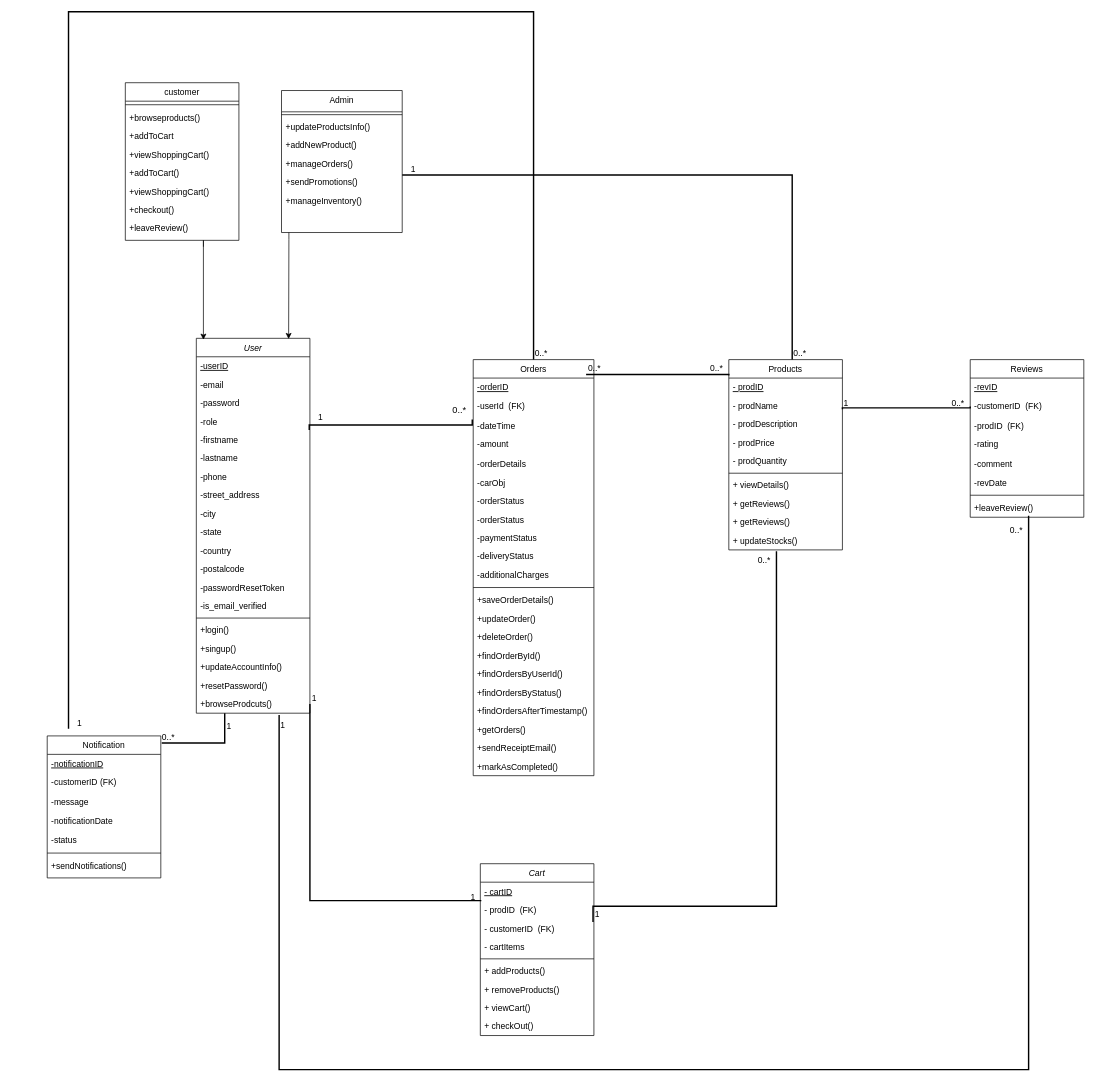
Before: assets/diagrams/Class Diagram.drawio in isira-adithya/PUSL2024, a draw.io diagram. Source tidied: cells renumbered, new cells numbered last; positions are measured from the earlier drawing's top-left corner, leaving out a move shared by most shapes. Both pictures are drawn from the tidied source at 71%, with x=0, y=0 at pixel (47, 11).
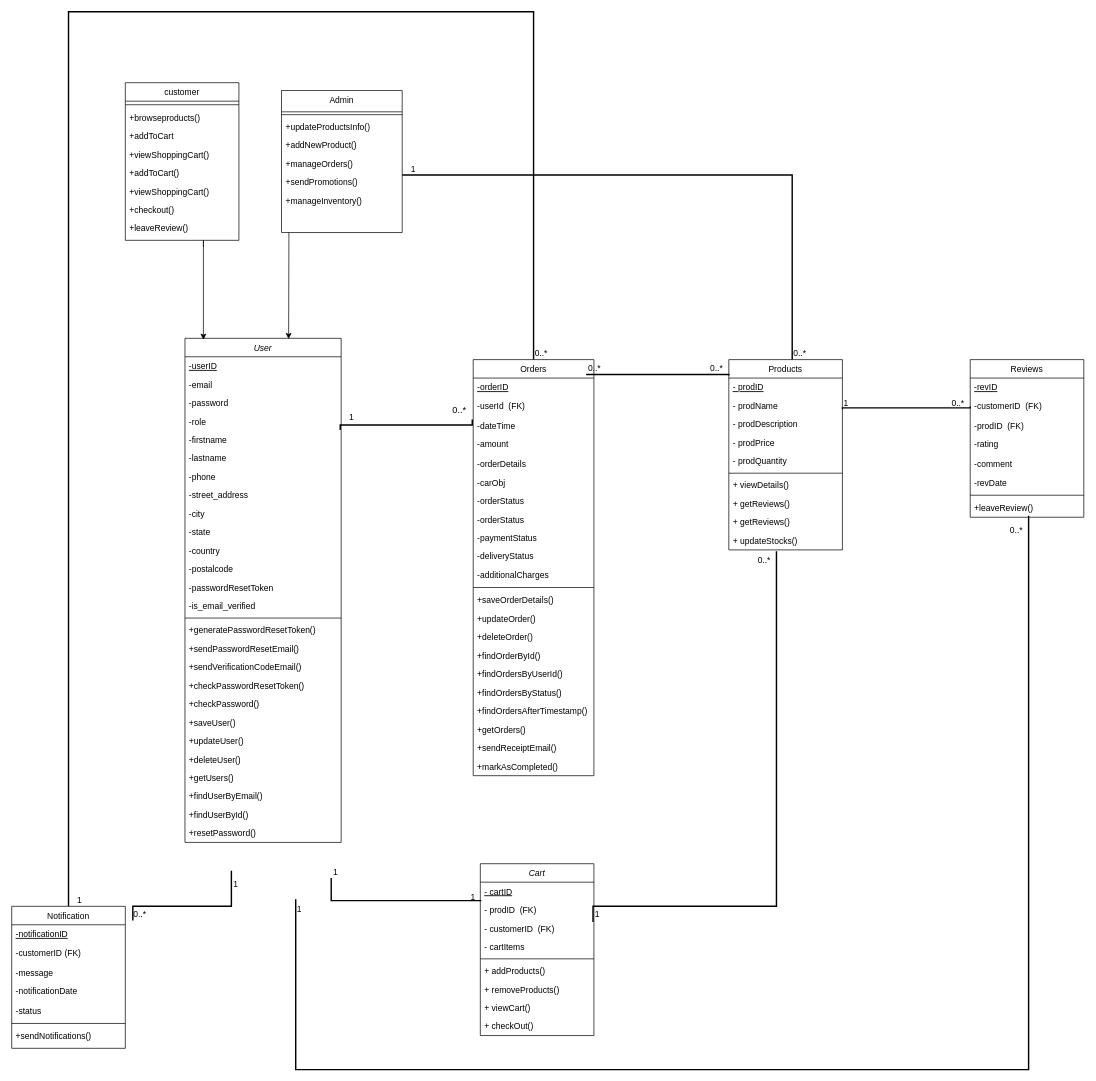
After the change.

Commit message:
updated the User table in the calss diagram

Unchanged cells that the change refers to:
```xml
<mxCell id="20" value="Orders" style="swimlane;fontStyle=0;align=center;verticalAlign=top;horizontal=1;startSize=26;rounded=0;shadow=0;strokeWidth=1;" parent="1" vertex="1">
  <mxGeometry x="600" y="490" width="170" height="586" as="geometry" />
</mxCell>
<mxCell id="66" value="- prodID  (FK)" style="text;align=left;verticalAlign=top;spacingLeft=4;spacingRight=4;overflow=hidden;points=[[0,0.5],[1,0.5]];portConstraint=eastwest;rounded=0;shadow=0;html=0;" parent="64" vertex="1">
  <mxGeometry y="52" width="160" height="26" as="geometry" />
</mxCell>
<mxCell id="82" value="+leaveReview()" style="text;align=left;verticalAlign=top;spacingLeft=4;spacingRight=4;overflow=hidden;points=[[0,0.5],[1,0.5]];portConstraint=eastwest;" parent="74" vertex="1">
  <mxGeometry y="196" width="160" height="26" as="geometry" />
</mxCell>
```

Diff of the diagram source:
```diff
@@
     <mxCell id="43" value="User" style="swimlane;fontStyle=2;align=center;verticalAlign=top;horizontal=1;startSize=26;rounded=0;shadow=0;strokeWidth=1;" parent="1" vertex="1">
-      <mxGeometry x="210" y="460" width="160" height="528" as="geometry" />
+      <mxGeometry x="194" y="460" width="220" height="710" as="geometry" />
     </mxCell>
     <mxCell id="44" value="-userID" style="text;align=left;verticalAlign=top;spacingLeft=4;spacingRight=4;overflow=hidden;rounded=0;shadow=0;html=0;fontStyle=4;" parent="43" vertex="1">
-      <mxGeometry y="26" width="160" height="26" as="geometry" />
+      <mxGeometry y="26" width="220" height="26" as="geometry" />
     </mxCell>
     <mxCell id="45" value="-email" style="text;align=left;verticalAlign=top;spacingLeft=4;spacingRight=4;overflow=hidden;" parent="43" vertex="1">
-      <mxGeometry y="52" width="160" height="26" as="geometry" />
+      <mxGeometry y="52" width="220" height="26" as="geometry" />
     </mxCell>
     <mxCell id="46" value="-password" style="text;align=left;verticalAlign=top;spacingLeft=4;spacingRight=4;overflow=hidden;rounded=0;shadow=0;html=0;" parent="43" vertex="1">
-      <mxGeometry y="78" width="160" height="26" as="geometry" />
+      <mxGeometry y="78" width="220" height="26" as="geometry" />
     </mxCell>
     <mxCell id="47" value="-role" style="text;align=left;verticalAlign=top;spacingLeft=4;spacingRight=4;overflow=hidden;rounded=0;shadow=0;html=0;" parent="43" vertex="1">
-      <mxGeometry y="104" width="160" height="26" as="geometry" />
+      <mxGeometry y="104" width="220" height="26" as="geometry" />
     </mxCell>
     <mxCell id="48" value="-firstname" style="text;align=left;verticalAlign=top;spacingLeft=4;spacingRight=4;overflow=hidden;points=[[0,0.5],[1,0.5]];portConstraint=eastwest;rounded=0;shadow=0;html=0;" parent="43" vertex="1">
-      <mxGeometry y="130" width="160" height="26" as="geometry" />
+      <mxGeometry y="130" width="220" height="26" as="geometry" />
     </mxCell>
     <mxCell id="49" value="-lastname" style="text;align=left;verticalAlign=top;spacingLeft=4;spacingRight=4;overflow=hidden;rounded=0;shadow=0;html=0;" parent="43" vertex="1">
-      <mxGeometry y="156" width="160" height="26" as="geometry" />
+      <mxGeometry y="156" width="220" height="26" as="geometry" />
     </mxCell>
     <mxCell id="50" value="-phone" style="text;align=left;verticalAlign=top;spacingLeft=4;spacingRight=4;overflow=hidden;rounded=0;shadow=0;html=0;" parent="43" vertex="1">
-      <mxGeometry y="182" width="160" height="26" as="geometry" />
+      <mxGeometry y="182" width="220" height="26" as="geometry" />
     </mxCell>
     <mxCell id="51" value="-street_address" style="text;align=left;verticalAlign=top;spacingLeft=4;spacingRight=4;overflow=hidden;rounded=0;shadow=0;html=0;" parent="43" vertex="1">
-      <mxGeometry y="208" width="160" height="26" as="geometry" />
+      <mxGeometry y="208" width="220" height="26" as="geometry" />
     </mxCell>
     <mxCell id="52" value="-city" style="text;align=left;verticalAlign=top;spacingLeft=4;spacingRight=4;overflow=hidden;rounded=0;shadow=0;html=0;" parent="43" vertex="1">
-      <mxGeometry y="234" width="160" height="26" as="geometry" />
+      <mxGeometry y="234" width="220" height="26" as="geometry" />
     </mxCell>
     <mxCell id="53" value="-state" style="text;align=left;verticalAlign=top;spacingLeft=4;spacingRight=4;overflow=hidden;rounded=0;shadow=0;html=0;" parent="43" vertex="1">
-      <mxGeometry y="260" width="160" height="26" as="geometry" />
+      <mxGeometry y="260" width="220" height="26" as="geometry" />
     </mxCell>
     <mxCell id="54" value="-country" style="text;align=left;verticalAlign=top;spacingLeft=4;spacingRight=4;overflow=hidden;rounded=0;shadow=0;html=0;" parent="43" vertex="1">
-      <mxGeometry y="286" width="160" height="26" as="geometry" />
+      <mxGeometry y="286" width="220" height="26" as="geometry" />
     </mxCell>
     <mxCell id="55" value="-postalcode" style="text;align=left;verticalAlign=top;spacingLeft=4;spacingRight=4;overflow=hidden;rounded=0;shadow=0;html=0;" parent="43" vertex="1">
-      <mxGeometry y="312" width="160" height="26" as="geometry" />
+      <mxGeometry y="312" width="220" height="26" as="geometry" />
     </mxCell>
     <mxCell id="56" value="-passwordResetToken" style="text;align=left;verticalAlign=top;spacingLeft=4;spacingRight=4;overflow=hidden;rounded=0;shadow=0;html=0;" parent="43" vertex="1">
-      <mxGeometry y="338" width="160" height="26" as="geometry" />
+      <mxGeometry y="338" width="220" height="26" as="geometry" />
     </mxCell>
     <mxCell id="57" value="-is_email_verified" style="text;align=left;verticalAlign=top;spacingLeft=4;spacingRight=4;overflow=hidden;rounded=0;shadow=0;html=0;" parent="43" vertex="1">
-      <mxGeometry y="364" width="160" height="26" as="geometry" />
+      <mxGeometry y="364" width="220" height="26" as="geometry" />
     </mxCell>
     <mxCell id="58" style="line;html=1;strokeWidth=1;align=left;verticalAlign=middle;spacingTop=-1;spacingLeft=3;spacingRight=3;labelPosition=right;" parent="43" vertex="1">
-      <mxGeometry y="390" width="160" height="8" as="geometry" />
+      <mxGeometry y="390" width="220" height="8" as="geometry" />
     </mxCell>
-    <mxCell id="59" value="+login()" style="text;align=left;verticalAlign=top;spacingLeft=4;spacingRight=4;overflow=hidden;rounded=0;shadow=0;html=0;" parent="43" vertex="1">
-      <mxGeometry y="398" width="160" height="26" as="geometry" />
+    <mxCell id="59" value="+generatePasswordResetToken()" style="text;align=left;verticalAlign=top;spacingLeft=4;spacingRight=4;overflow=hidden;rounded=0;shadow=0;html=0;" parent="43" vertex="1">
+      <mxGeometry y="398" width="220" height="26" as="geometry" />
     </mxCell>
-    <mxCell id="60" value="+singup()" style="text;align=left;verticalAlign=top;spacingLeft=4;spacingRight=4;overflow=hidden;rounded=0;shadow=0;html=0;" parent="43" vertex="1">
-      <mxGeometry y="424" width="160" height="26" as="geometry" />
+    <mxCell id="60" value="+sendPasswordResetEmail()" style="text;align=left;verticalAlign=top;spacingLeft=4;spacingRight=4;overflow=hidden;rounded=0;shadow=0;html=0;" parent="43" vertex="1">
+      <mxGeometry y="424" width="220" height="26" as="geometry" />
     </mxCell>
-    <mxCell id="61" value="+updateAccountInfo()" style="text;align=left;verticalAlign=top;spacingLeft=4;spacingRight=4;overflow=hidden;rounded=0;shadow=0;html=0;" parent="43" vertex="1">
-      <mxGeometry y="450" width="160" height="26" as="geometry" />
+    <mxCell id="61" value="+sendVerificationCodeEmail()" style="text;align=left;verticalAlign=top;spacingLeft=4;spacingRight=4;overflow=hidden;rounded=0;shadow=0;html=0;" parent="43" vertex="1">
+      <mxGeometry y="450" width="220" height="26" as="geometry" />
     </mxCell>
-    <mxCell id="62" value="+resetPassword()" style="text;align=left;verticalAlign=top;spacingLeft=4;spacingRight=4;overflow=hidden;rounded=0;shadow=0;html=0;" parent="43" vertex="1">
-      <mxGeometry y="476" width="160" height="26" as="geometry" />
+    <mxCell id="62" value="+checkPasswordResetToken()" style="text;align=left;verticalAlign=top;spacingLeft=4;spacingRight=4;overflow=hidden;rounded=0;shadow=0;html=0;" parent="43" vertex="1">
+      <mxGeometry y="476" width="220" height="26" as="geometry" />
     </mxCell>
-    <mxCell id="63" value="+browseProdcuts()" style="text;align=left;verticalAlign=top;spacingLeft=4;spacingRight=4;overflow=hidden;points=[[0,0.5],[1,0.5]];portConstraint=eastwest;rounded=0;shadow=0;html=0;" parent="43" vertex="1">
-      <mxGeometry y="502" width="160" height="26" as="geometry" />
+    <mxCell id="63" value="+checkPassword()" style="text;align=left;verticalAlign=top;spacingLeft=4;spacingRight=4;overflow=hidden;points=[[0,0.5],[1,0.5]];portConstraint=eastwest;rounded=0;shadow=0;html=0;" parent="43" vertex="1">
+      <mxGeometry y="502" width="220" height="26" as="geometry" />
     </mxCell>
+    <mxCell id="129" value="+saveUser()" style="text;align=left;verticalAlign=top;spacingLeft=4;spacingRight=4;overflow=hidden;rounded=0;shadow=0;html=0;" parent="43" vertex="1">
+      <mxGeometry y="528" width="220" height="26" as="geometry" />
+    </mxCell>
+    <mxCell id="130" value="+updateUser()" style="text;align=left;verticalAlign=top;spacingLeft=4;spacingRight=4;overflow=hidden;rounded=0;shadow=0;html=0;" parent="43" vertex="1">
+      <mxGeometry y="554" width="220" height="26" as="geometry" />
+    </mxCell>
+    <mxCell id="131" value="+deleteUser()" style="text;align=left;verticalAlign=top;spacingLeft=4;spacingRight=4;overflow=hidden;rounded=0;shadow=0;html=0;" parent="43" vertex="1">
+      <mxGeometry y="580" width="220" height="26" as="geometry" />
+    </mxCell>
+    <mxCell id="132" value="+getUsers()" style="text;align=left;verticalAlign=top;spacingLeft=4;spacingRight=4;overflow=hidden;rounded=0;shadow=0;html=0;" parent="43" vertex="1">
+      <mxGeometry y="606" width="220" height="26" as="geometry" />
+    </mxCell>
+    <mxCell id="133" value="+findUserByEmail()" style="text;align=left;verticalAlign=top;spacingLeft=4;spacingRight=4;overflow=hidden;rounded=0;shadow=0;html=0;" parent="43" vertex="1">
+      <mxGeometry y="632" width="220" height="26" as="geometry" />
+    </mxCell>
+    <mxCell id="134" value="+findUserById()" style="text;align=left;verticalAlign=top;spacingLeft=4;spacingRight=4;overflow=hidden;rounded=0;shadow=0;html=0;" parent="43" vertex="1">
+      <mxGeometry y="658" width="220" height="26" as="geometry" />
+    </mxCell>
+    <mxCell id="135" value="+resetPassword()" style="text;align=left;verticalAlign=top;spacingLeft=4;spacingRight=4;overflow=hidden;rounded=0;shadow=0;html=0;" parent="43" vertex="1">
+      <mxGeometry y="684" width="220" height="26" as="geometry" />
+    </mxCell>
@@
     <mxCell id="83" value="Notification" style="swimlane;fontStyle=0;align=center;verticalAlign=top;horizontal=1;startSize=26;rounded=0;shadow=0;strokeWidth=1;" parent="1" vertex="1">
-      <mxGeometry y="1020" width="160" height="200" as="geometry" />
+      <mxGeometry x="-50" y="1260" width="160" height="200" as="geometry" />
     </mxCell>
@@
-    <mxCell id="94" style="endArrow=none;shadow=0;strokeWidth=2;rounded=0;endFill=0;edgeStyle=elbowEdgeStyle;elbow=vertical;exitX=0.25;exitY=1;exitDx=0;exitDy=0;entryX=1.008;entryY=0.05;entryDx=0;entryDy=0;entryPerimeter=0;" parent="1" edge="1" source="43" target="83">
+    <mxCell id="94" style="endArrow=none;shadow=0;strokeWidth=2;rounded=0;endFill=0;edgeStyle=elbowEdgeStyle;elbow=vertical;entryX=1.008;entryY=0.05;entryDx=0;entryDy=0;entryPerimeter=0;" parent="1" edge="1">
       <mxGeometry x="0.5" y="41" relative="1" as="geometry">
+        <mxPoint x="259.4" y="1210" as="sourcePoint" />
+        <mxPoint x="120.6" y="1280" as="targetPoint" />
         <Array as="points">
-          <mxPoint x="260" y="1030" />
+          <mxPoint x="199.4" y="1260" />
         </Array>
         <mxPoint x="-40" y="32" as="offset" />
       </mxGeometry>
     </mxCell>
@@
-    <mxCell id="103" style="endArrow=none;shadow=0;strokeWidth=2;rounded=0;endFill=0;edgeStyle=elbowEdgeStyle;elbow=vertical;entryX=0.009;entryY=-0.012;entryDx=0;entryDy=0;entryPerimeter=0;exitX=1;exitY=0.5;exitDx=0;exitDy=0;" parent="1" edge="1" source="63" target="66">
+    <mxCell id="103" style="endArrow=none;shadow=0;strokeWidth=2;rounded=0;endFill=0;edgeStyle=elbowEdgeStyle;elbow=vertical;entryX=0.009;entryY=-0.012;entryDx=0;entryDy=0;entryPerimeter=0;" parent="1" edge="1" target="66">
       <mxGeometry x="0.5" y="41" relative="1" as="geometry">
+        <mxPoint x="400" y="1220" as="sourcePoint" />
         <Array as="points">
           <mxPoint x="490" y="1252" />
         </Array>
         <mxPoint x="-40" y="32" as="offset" />
       </mxGeometry>
     </mxCell>
@@
-    <mxCell id="112" style="endArrow=none;shadow=0;strokeWidth=2;rounded=0;endFill=0;edgeStyle=elbowEdgeStyle;elbow=vertical;entryX=0.514;entryY=0.915;entryDx=0;entryDy=0;entryPerimeter=0;exitX=0.729;exitY=1.099;exitDx=0;exitDy=0;exitPerimeter=0;" parent="1" edge="1" source="63" target="82">
+    <mxCell id="112" style="endArrow=none;shadow=0;strokeWidth=2;rounded=0;endFill=0;edgeStyle=elbowEdgeStyle;elbow=vertical;entryX=0.514;entryY=0.915;entryDx=0;entryDy=0;entryPerimeter=0;" parent="1" edge="1" target="82">
       <mxGeometry x="0.5" y="41" relative="1" as="geometry">
+        <mxPoint x="350" y="1250" as="sourcePoint" />
         <Array as="points">
           <mxPoint x="860" y="1490" />
         </Array>
         <mxPoint x="-40" y="32" as="offset" />
       </mxGeometry>
     </mxCell>
@@
-    <mxCell id="126" style="endArrow=none;shadow=0;strokeWidth=2;rounded=0;endFill=0;edgeStyle=elbowEdgeStyle;elbow=vertical;" parent="1" edge="1" source="20">
+    <mxCell id="126" style="endArrow=none;shadow=0;strokeWidth=2;rounded=0;endFill=0;edgeStyle=elbowEdgeStyle;elbow=vertical;entryX=0.5;entryY=0;entryDx=0;entryDy=0;" parent="1" edge="1" source="20" target="83">
       <mxGeometry x="0.5" y="41" relative="1" as="geometry">
-        <mxPoint x="30" y="1010" as="targetPoint" />
         <Array as="points">
           <mxPoint x="580" />
         </Array>
         <mxPoint x="-40" y="32" as="offset" />
       </mxGeometry>
     </mxCell>
```
